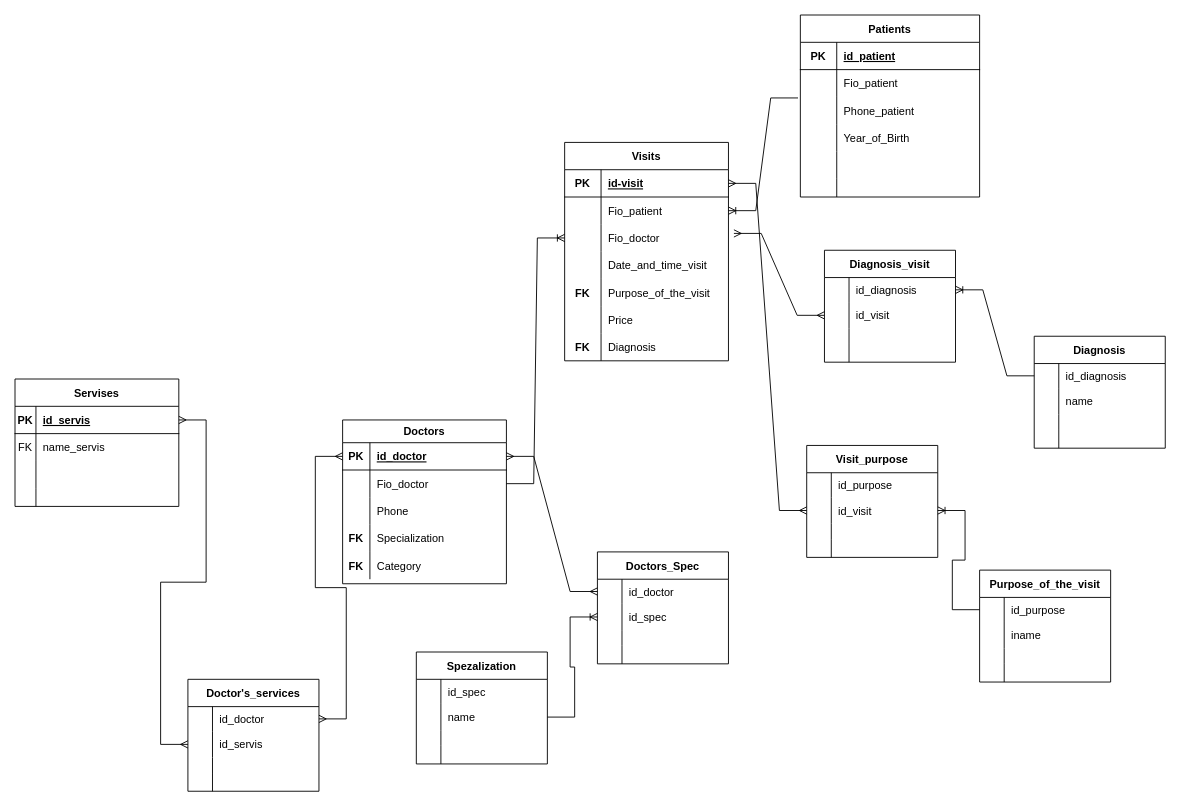
This is stomatology_clinic.drawio from Palych1111/stomatology, a draw.io file, before an edit. Source tidied: cells renumbered, new cells numbered last; positions are measured from the earlier drawing's top-left corner, leaving out a move shared by most shapes. Both pictures are drawn from the tidied source at 91%, with x=0, y=0 at pixel (15, 15).
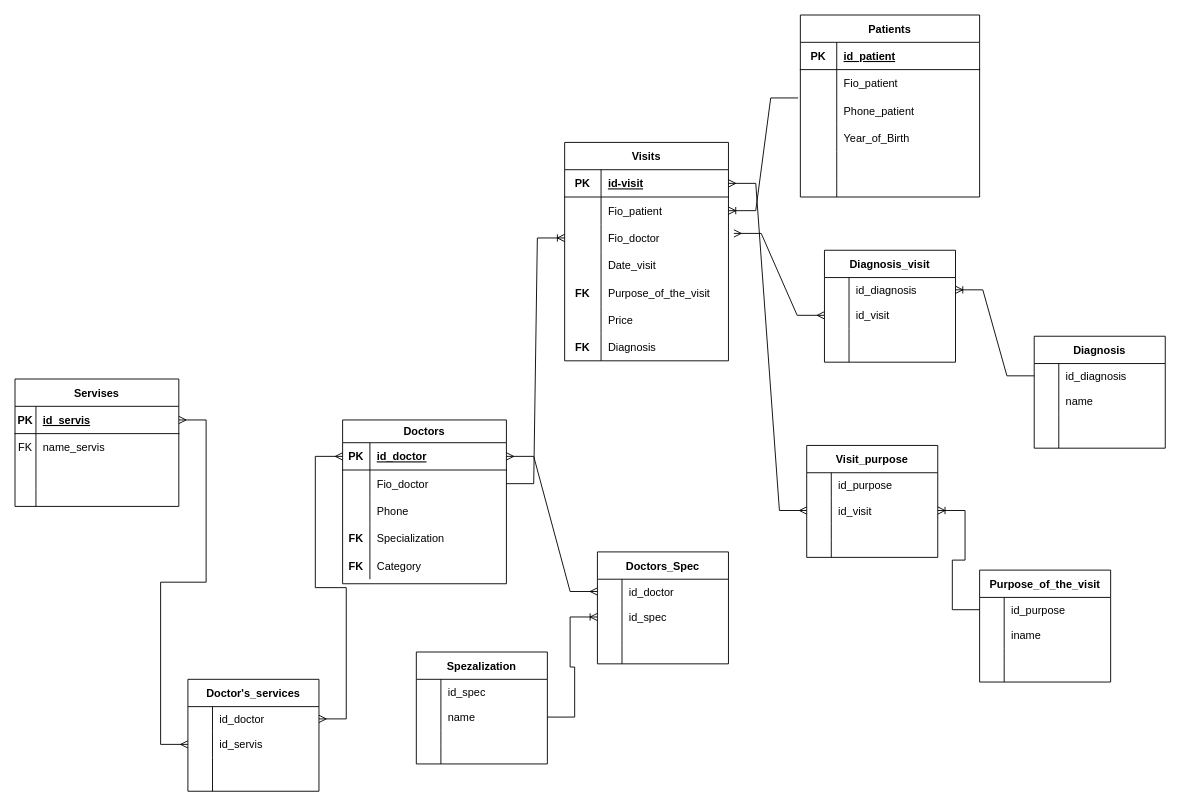
The same diagram, later.

The change refers to these unchanged cells:
```xml
<mxCell id="12" style="shape=tableRow;horizontal=0;startSize=0;swimlaneHead=0;swimlaneBody=0;fillColor=none;top=0;left=0;right=0;bottom=0;" parent="2" vertex="1">
  <mxGeometry y="120" width="180" height="30" as="geometry" />
</mxCell>
```

What changed in the source:
```diff
@@
-    <mxCell id="14" value="Date_and_time_visit" style="shape=partialRectangle;fillColor=none;top=0;left=0;bottom=0;right=0;align=left;spacingLeft=6;overflow=hidden;" parent="12" vertex="1">
+    <mxCell id="14" value="Date_visit" style="shape=partialRectangle;fillColor=none;top=0;left=0;bottom=0;right=0;align=left;spacingLeft=6;overflow=hidden;" parent="12" vertex="1">
       <mxGeometry x="40" width="140" height="30" as="geometry" />
     </mxCell>
```
